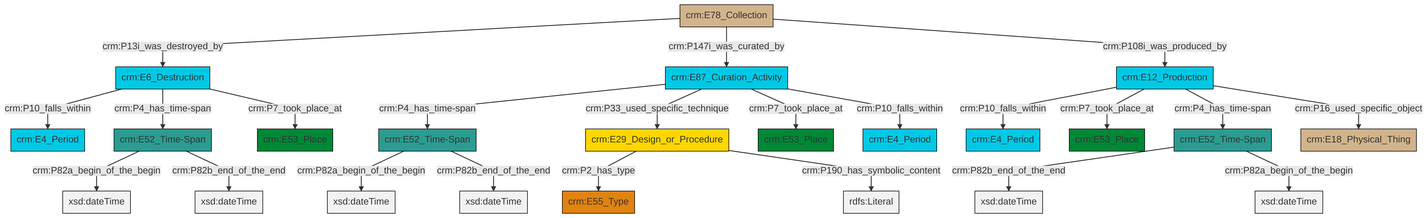
This is et/archivalCSV/ttl/mmd/png/archival_existence.png from swiss-art-research-net/docs.swissartresearch, a Mermaid export, as it was before one commit. Its source is kept beside it as et/archivalCSV/ttl/mmd/archival_existence.ttl.mmd.
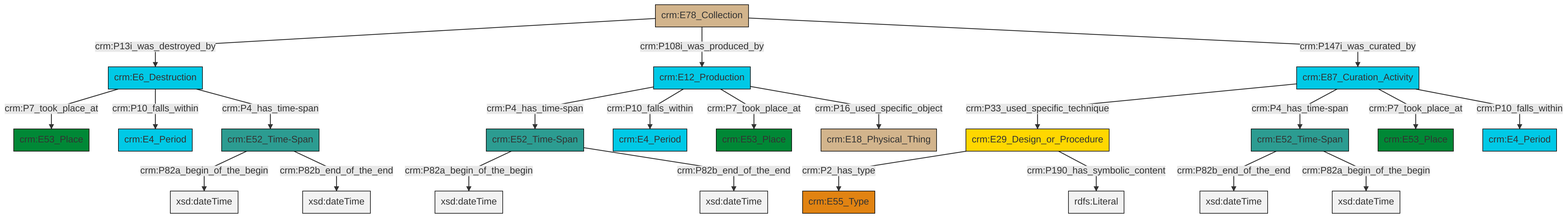
After the change.

Diff of the diagram source:
```diff
@@ -14,24 +14,24 @@
 classDef Multi fill:#cccccc,stroke:#000000;
 
 0["crm:E29_Design_or_Procedure"]:::Conceptual_Object -->|crm:P2_has_type| 1["crm:E55_Type"]:::Type
-2["crm:E87_Curation_Activity"]:::Temporal_Entity -->|crm:P4_has_time-span| 3["crm:E52_Time-Span"]:::Time-Span
-4["crm:E6_Destruction"]:::Temporal_Entity -->|crm:P10_falls_within| 5["crm:E4_Period"]:::Temporal_Entity
-12["crm:E52_Time-Span"]:::Time-Span -->|crm:P82a_begin_of_the_begin| 13[xsd:dateTime]:::Literal
-3["crm:E52_Time-Span"]:::Time-Span -->|crm:P82a_begin_of_the_begin| 15[xsd:dateTime]:::Literal
-16["crm:E12_Production"]:::Temporal_Entity -->|crm:P10_falls_within| 17["crm:E4_Period"]:::Temporal_Entity
-12["crm:E52_Time-Span"]:::Time-Span -->|crm:P82b_end_of_the_end| 18[xsd:dateTime]:::Literal
-16["crm:E12_Production"]:::Temporal_Entity -->|crm:P7_took_place_at| 19["crm:E53_Place"]:::Place
-2["crm:E87_Curation_Activity"]:::Temporal_Entity -->|crm:P33_used_specific_technique| 0["crm:E29_Design_or_Procedure"]:::Conceptual_Object
-16["crm:E12_Production"]:::Temporal_Entity -->|crm:P4_has_time-span| 22["crm:E52_Time-Span"]:::Time-Span
-4["crm:E6_Destruction"]:::Temporal_Entity -->|crm:P4_has_time-span| 12["crm:E52_Time-Span"]:::Time-Span
-4["crm:E6_Destruction"]:::Temporal_Entity -->|crm:P7_took_place_at| 23["crm:E53_Place"]:::Place
-16["crm:E12_Production"]:::Temporal_Entity -->|crm:P16_used_specific_object| 8["crm:E18_Physical_Thing"]:::Physical_Thing
-0["crm:E29_Design_or_Procedure"]:::Conceptual_Object -->|crm:P190_has_symbolic_content| 24[rdfs:Literal]:::Literal
-22["crm:E52_Time-Span"]:::Time-Span -->|crm:P82b_end_of_the_end| 25[xsd:dateTime]:::Literal
-22["crm:E52_Time-Span"]:::Time-Span -->|crm:P82a_begin_of_the_begin| 26[xsd:dateTime]:::Literal
-10["crm:E78_Collection"]:::Physical_Thing -->|crm:P13i_was_destroyed_by| 4["crm:E6_Destruction"]:::Temporal_Entity
-10["crm:E78_Collection"]:::Physical_Thing -->|crm:P147i_was_curated_by| 2["crm:E87_Curation_Activity"]:::Temporal_Entity
-2["crm:E87_Curation_Activity"]:::Temporal_Entity -->|crm:P7_took_place_at| 30["crm:E53_Place"]:::Place
-3["crm:E52_Time-Span"]:::Time-Span -->|crm:P82b_end_of_the_end| 32[xsd:dateTime]:::Literal
-2["crm:E87_Curation_Activity"]:::Temporal_Entity -->|crm:P10_falls_within| 6["crm:E4_Period"]:::Temporal_Entity
-10["crm:E78_Collection"]:::Physical_Thing -->|crm:P108i_was_produced_by| 16["crm:E12_Production"]:::Temporal_Entity
+6["crm:E52_Time-Span"]:::Time-Span -->|crm:P82a_begin_of_the_begin| 7[xsd:dateTime]:::Literal
+8["crm:E6_Destruction"]:::Temporal_Entity -->|crm:P7_took_place_at| 9["crm:E53_Place"]:::Place
+10["crm:E78_Collection"]:::Physical_Thing -->|crm:P13i_was_destroyed_by| 8["crm:E6_Destruction"]:::Temporal_Entity
+10["crm:E78_Collection"]:::Physical_Thing -->|crm:P108i_was_produced_by| 11["crm:E12_Production"]:::Temporal_Entity
+12["crm:E87_Curation_Activity"]:::Temporal_Entity -->|crm:P33_used_specific_technique| 0["crm:E29_Design_or_Procedure"]:::Conceptual_Object
+0["crm:E29_Design_or_Procedure"]:::Conceptual_Object -->|crm:P190_has_symbolic_content| 14[rdfs:Literal]:::Literal
+17["crm:E52_Time-Span"]:::Time-Span -->|crm:P82a_begin_of_the_begin| 18[xsd:dateTime]:::Literal
+17["crm:E52_Time-Span"]:::Time-Span -->|crm:P82b_end_of_the_end| 19[xsd:dateTime]:::Literal
+15["crm:E52_Time-Span"]:::Time-Span -->|crm:P82b_end_of_the_end| 20[xsd:dateTime]:::Literal
+11["crm:E12_Production"]:::Temporal_Entity -->|crm:P4_has_time-span| 6["crm:E52_Time-Span"]:::Time-Span
+15["crm:E52_Time-Span"]:::Time-Span -->|crm:P82a_begin_of_the_begin| 24[xsd:dateTime]:::Literal
+12["crm:E87_Curation_Activity"]:::Temporal_Entity -->|crm:P4_has_time-span| 15["crm:E52_Time-Span"]:::Time-Span
+10["crm:E78_Collection"]:::Physical_Thing -->|crm:P147i_was_curated_by| 12["crm:E87_Curation_Activity"]:::Temporal_Entity
+11["crm:E12_Production"]:::Temporal_Entity -->|crm:P10_falls_within| 21["crm:E4_Period"]:::Temporal_Entity
+6["crm:E52_Time-Span"]:::Time-Span -->|crm:P82b_end_of_the_end| 32[xsd:dateTime]:::Literal
+12["crm:E87_Curation_Activity"]:::Temporal_Entity -->|crm:P7_took_place_at| 27["crm:E53_Place"]:::Place
+11["crm:E12_Production"]:::Temporal_Entity -->|crm:P7_took_place_at| 30["crm:E53_Place"]:::Place
+11["crm:E12_Production"]:::Temporal_Entity -->|crm:P16_used_specific_object| 35["crm:E18_Physical_Thing"]:::Physical_Thing
+8["crm:E6_Destruction"]:::Temporal_Entity -->|crm:P10_falls_within| 2["crm:E4_Period"]:::Temporal_Entity
+8["crm:E6_Destruction"]:::Temporal_Entity -->|crm:P4_has_time-span| 17["crm:E52_Time-Span"]:::Time-Span
+12["crm:E87_Curation_Activity"]:::Temporal_Entity -->|crm:P10_falls_within| 4["crm:E4_Period"]:::Temporal_Entity
```
